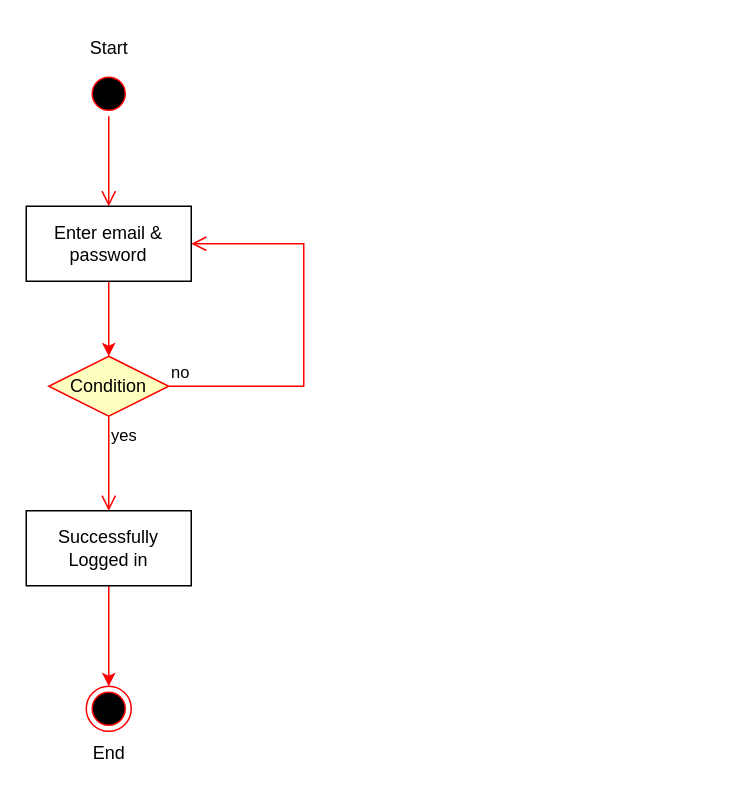
ziard47/Diagram keeps this draw.io diagram as activity diagram.drawio. Above is the earlier version. Source tidied: cells renumbered, new cells numbered last; positions are measured from the earlier drawing's top-left corner, leaving out a move shared by most shapes. Both pictures are drawn from the tidied source at 150%, with x=0, y=0 at pixel (26, 26).
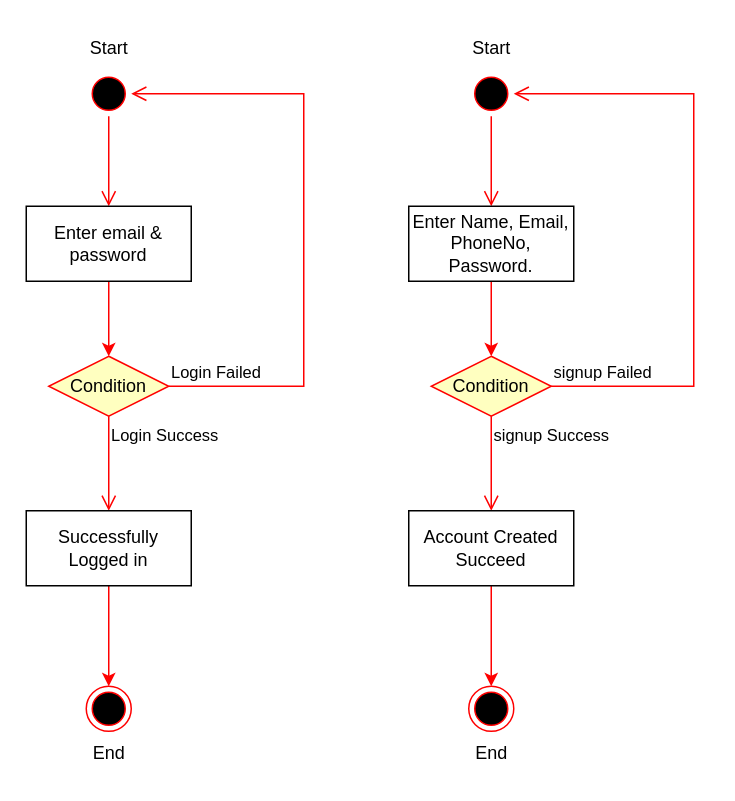
Above is the later version.

Unchanged cells that the change refers to:
```xml
<mxCell id="2" style="ellipse;html=1;shape=startState;fillColor=#000000;strokeColor=#ff0000;" parent="1" vertex="1">
  <mxGeometry x="40" y="30" width="30" height="30" as="geometry" />
</mxCell>
<mxCell id="5" value="Enter email &amp;amp; password" style="html=1;whiteSpace=wrap;" parent="1" vertex="1">
  <mxGeometry y="120" width="110" height="50" as="geometry" />
</mxCell>
<mxCell id="6" value="Condition" style="rhombus;whiteSpace=wrap;html=1;fontColor=#000000;fillColor=#ffffc0;strokeColor=#ff0000;" parent="1" vertex="1">
  <mxGeometry x="15" y="220" width="80" height="40" as="geometry" />
</mxCell>
<mxCell id="10" value="Successfully Logged in" style="html=1;whiteSpace=wrap;" parent="1" vertex="1">
  <mxGeometry y="323" width="110" height="50" as="geometry" />
</mxCell>
```

Change to the diagram source:
```diff
@@
-    <mxCell id="7" value="no" style="edgeStyle=orthogonalEdgeStyle;html=1;align=left;verticalAlign=bottom;endArrow=open;endSize=8;strokeColor=#ff0000;rounded=0;entryX=1;entryY=0.5;entryDx=0;entryDy=0;" parent="1" edge="1" source="6" target="5">
+    <mxCell id="7" value="Login Failed" style="edgeStyle=orthogonalEdgeStyle;html=1;align=left;verticalAlign=bottom;endArrow=open;endSize=8;strokeColor=#ff0000;rounded=0;entryX=1;entryY=0.5;entryDx=0;entryDy=0;" parent="1" edge="1" source="6" target="2">
       <mxGeometry x="-1" relative="1" as="geometry">
         <Array as="points">
           <mxPoint x="185" y="240" />
-          <mxPoint x="185" y="145" />
+          <mxPoint x="185" y="45" />
         </Array>
       </mxGeometry>
     </mxCell>
-    <mxCell id="8" value="yes" style="edgeStyle=orthogonalEdgeStyle;html=1;align=left;verticalAlign=top;endArrow=open;endSize=8;strokeColor=#ff0000;rounded=0;" parent="1" edge="1" source="6" target="10">
+    <mxCell id="8" value="Login Success" style="edgeStyle=orthogonalEdgeStyle;html=1;align=left;verticalAlign=top;endArrow=open;endSize=8;strokeColor=#ff0000;rounded=0;" parent="1" edge="1" source="6" target="10">
       <mxGeometry x="-1" relative="1" as="geometry" />
     </mxCell>
@@
+    <mxCell id="14" style="ellipse;html=1;shape=startState;fillColor=#000000;strokeColor=#ff0000;" parent="1" vertex="1">
+      <mxGeometry x="295" y="30" width="30" height="30" as="geometry" />
+    </mxCell>
+    <mxCell id="15" style="edgeStyle=orthogonalEdgeStyle;html=1;verticalAlign=bottom;endArrow=open;endSize=8;strokeColor=#ff0000;rounded=0;entryX=0.5;entryY=0;entryDx=0;entryDy=0;" parent="1" edge="1" source="14" target="17">
+      <mxGeometry relative="1" as="geometry" />
+    </mxCell>
+    <mxCell id="16" style="edgeStyle=orthogonalEdgeStyle;rounded=0;jettySize=auto;html=1;entryX=0.5;entryY=0;entryDx=0;entryDy=0;strokeColor=#FF0000;" parent="1" edge="1" source="17" target="18">
+      <mxGeometry relative="1" as="geometry" />
+    </mxCell>
+    <mxCell id="17" value="Enter Name, Email, PhoneNo, Password." style="html=1;whiteSpace=wrap;" parent="1" vertex="1">
+      <mxGeometry x="255" y="120" width="110" height="50" as="geometry" />
+    </mxCell>
+    <mxCell id="18" value="Condition" style="rhombus;whiteSpace=wrap;html=1;fontColor=#000000;fillColor=#ffffc0;strokeColor=#ff0000;" parent="1" vertex="1">
+      <mxGeometry x="270" y="220" width="80" height="40" as="geometry" />
+    </mxCell>
+    <mxCell id="19" value="signup Failed" style="edgeStyle=orthogonalEdgeStyle;html=1;align=left;verticalAlign=bottom;endArrow=open;endSize=8;strokeColor=#ff0000;rounded=0;entryX=1;entryY=0.5;entryDx=0;entryDy=0;" parent="1" edge="1" source="18" target="14">
+      <mxGeometry x="-1" relative="1" as="geometry">
+        <Array as="points">
+          <mxPoint x="445" y="240" />
+          <mxPoint x="445" y="45" />
+        </Array>
+      </mxGeometry>
+    </mxCell>
+    <mxCell id="20" value="signup&amp;nbsp;Success" style="edgeStyle=orthogonalEdgeStyle;html=1;align=left;verticalAlign=top;endArrow=open;endSize=8;strokeColor=#ff0000;rounded=0;" parent="1" edge="1" source="18" target="22">
+      <mxGeometry x="-1" relative="1" as="geometry" />
+    </mxCell>
+    <mxCell id="21" style="edgeStyle=orthogonalEdgeStyle;rounded=0;jettySize=auto;html=1;entryX=0.5;entryY=0;entryDx=0;entryDy=0;strokeColor=#FF0000;" parent="1" edge="1" source="22" target="23">
+      <mxGeometry relative="1" as="geometry" />
+    </mxCell>
+    <mxCell id="22" value="Account Created Succeed" style="html=1;whiteSpace=wrap;" parent="1" vertex="1">
+      <mxGeometry x="255" y="323" width="110" height="50" as="geometry" />
+    </mxCell>
+    <mxCell id="23" style="ellipse;html=1;shape=endState;fillColor=#000000;strokeColor=#ff0000;" parent="1" vertex="1">
+      <mxGeometry x="295" y="440" width="30" height="30" as="geometry" />
+    </mxCell>
+    <mxCell id="24" value="End" style="text;html=1;align=center;verticalAlign=middle;strokeColor=none;fillColor=none;" parent="1" vertex="1">
+      <mxGeometry x="290" y="470" width="40" height="30" as="geometry" />
+    </mxCell>
+    <mxCell id="25" value="Start" style="text;html=1;align=center;verticalAlign=middle;strokeColor=none;fillColor=none;" parent="1" vertex="1">
+      <mxGeometry x="285" width="50" height="30" as="geometry" />
+    </mxCell>
```
